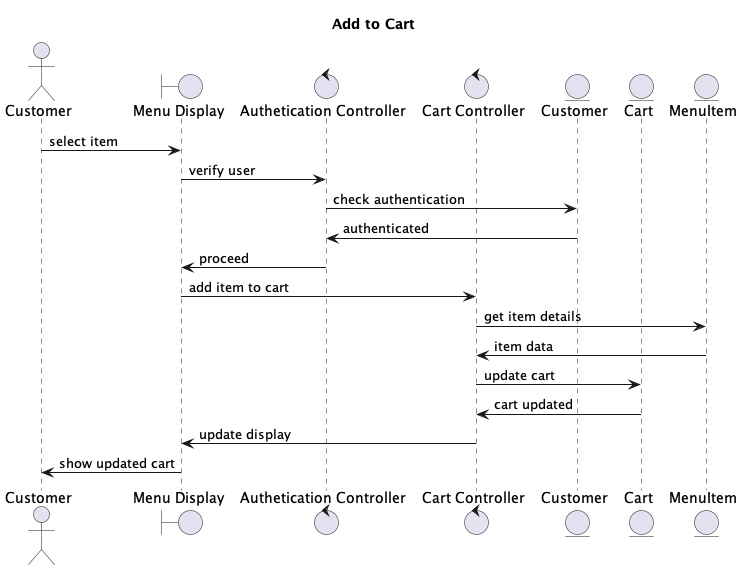
This is Analysis/Addtocart_Robustness/Addtocart_Robustness.png from nongxu/CSCI_6234_Spring_2026_G02, a PlantUML export, as it was before one commit.
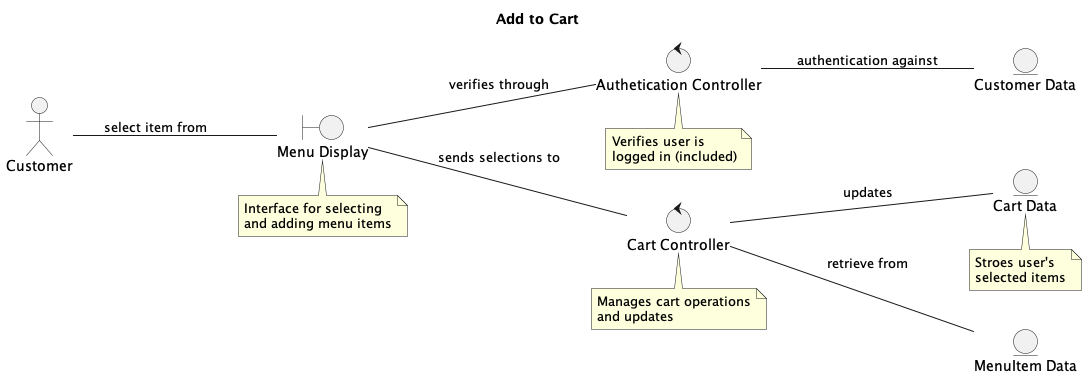
After the commit.

What changed in the source:
```diff
@@ -1,4 +1,6 @@
 @startuml
+left to right direction
+
 title Add to Cart
 
 actor Customer
@@ -8,22 +10,35 @@
 control "Authetication Controller" as authCtrl
 control "Cart Controller" as cartCtrl
 
-entity "Customer" as customerEntity
-entity "Cart" as cart
-entity "MenuItem" as menuItem
+entity "Customer Data" as customerEntity
+entity "Cart Data" as cart
+entity "MenuItem Data" as menuItem
 
-Customer -> menuDisplay : select item
-menuDisplay -> authCtrl : verify user
-authCtrl -> customerEntity : check authentication
-customerEntity -> authCtrl : authenticated
-authCtrl -> menuDisplay : proceed
+Customer -- menuDisplay : select item from
+menuDisplay -- authCtrl : verifies through
+menuDisplay -- cartCtrl : sends selections to
+authCtrl -- customerEntity : authentication against
+cartCtrl -- cart : updates
+cartCtrl -- menuItem : retrieve from
 
-menuDisplay -> cartCtrl : add item to cart
-cartCtrl -> menuItem : get item details
-menuItem -> cartCtrl : item data
-cartCtrl -> cart : update cart
-cart -> cartCtrl : cart updated
-cartCtrl -> menuDisplay : update display
-menuDisplay -> Customer : show updated cart
+note bottom of menuDisplay
+    Interface for selecting
+    and adding menu items
+end note
+
+note bottom of authCtrl
+    Verifies user is
+    logged in (included)
+end note
+
+note bottom of cartCtrl
+    Manages cart operations
+    and updates
+end note
+
+note bottom of cart
+    Stroes user's
+    selected items
+end note
 
 @enduml
```
